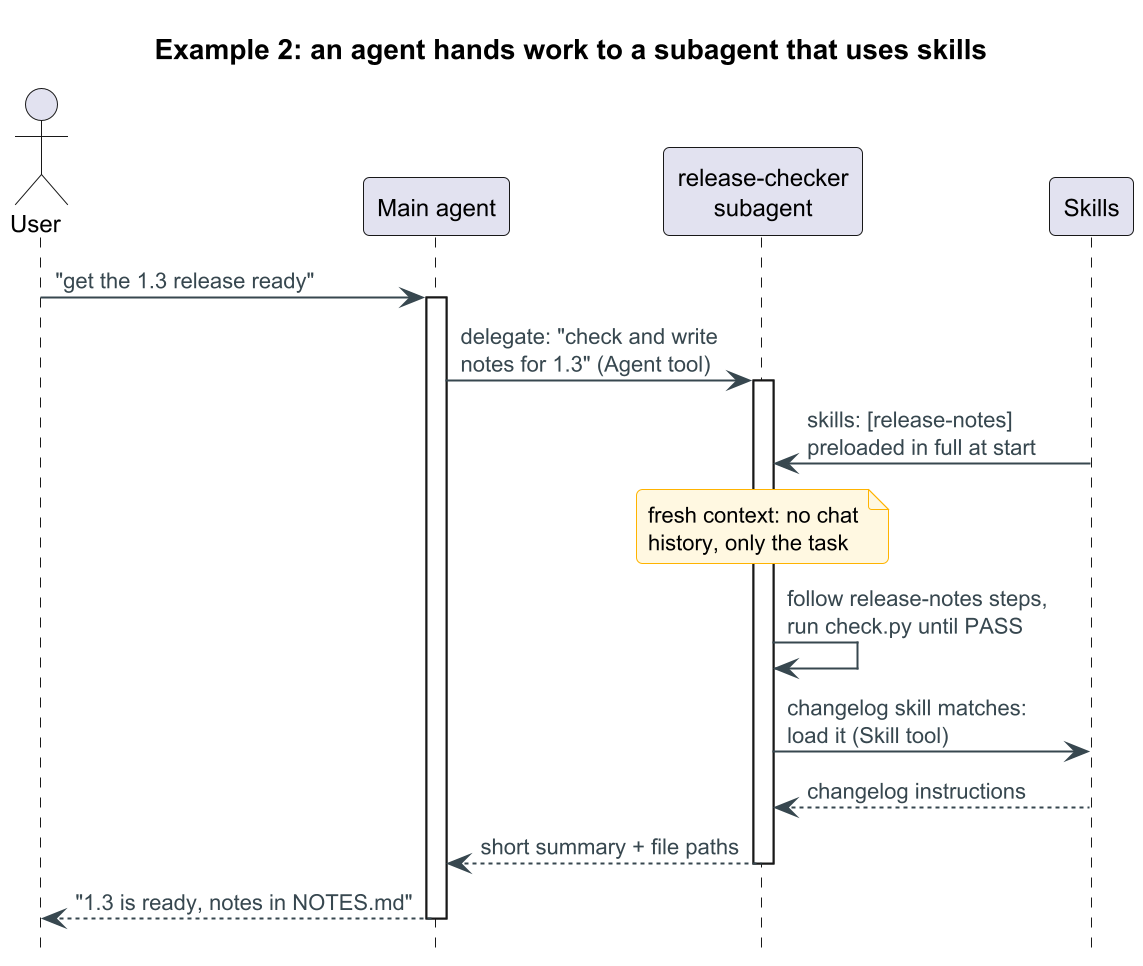
Earlier version of the PlantUML export assets/flow-agent.png (PatClanKing/agent-skills-overview). Its source is kept beside it as assets/flow-agent.puml.
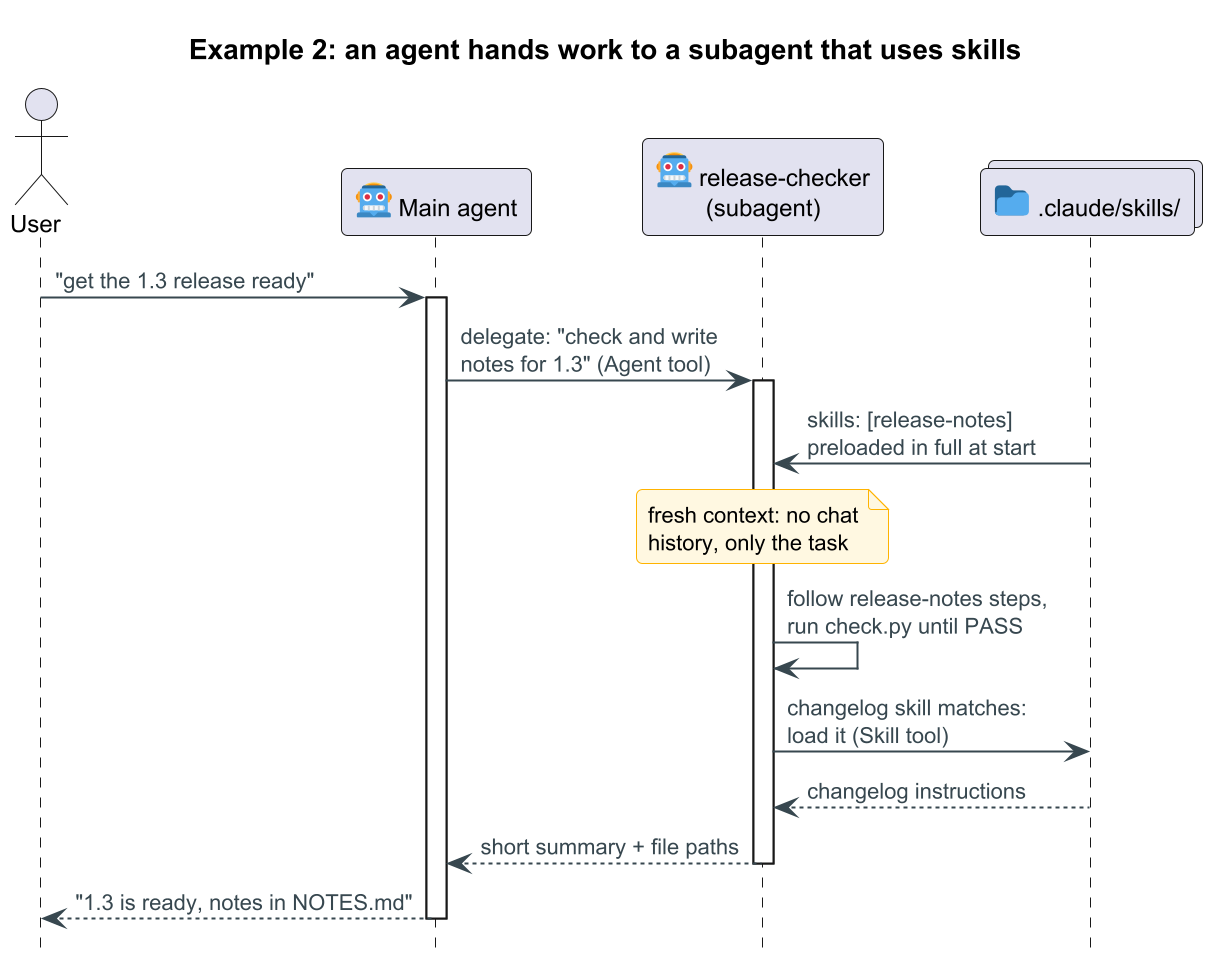
Above is the later version.

Commit message:
Add agent icons to workflow diagrams and list skill folders per tool

The edit, as a diff of the source:
```diff
@@ -4,9 +4,9 @@
 title Example 2: an agent hands work to a subagent that uses skills
 
 actor "User" as U
-participant "Main agent" as M
-participant "release-checker\nsubagent" as A
-participant "Skills" as S
+participant "<:robot:> Main agent" as M
+participant "<:robot:> release-checker\n(subagent)" as A
+collections "<:file_folder:> .claude/skills/" as S
 
 U -> M : "get the 1.3 release ready"
 activate M
```
